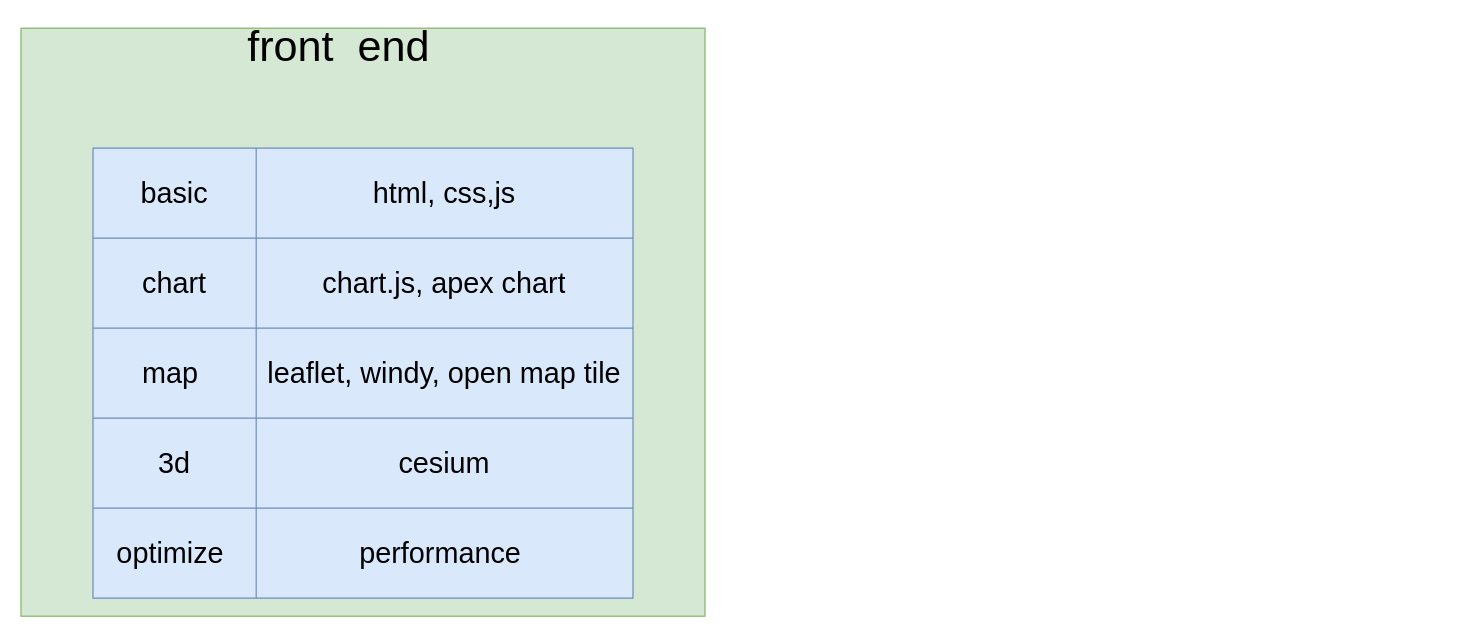
This is 未命名绘图.drawio from pengzhen80/hello_py, a draw.io file, before an edit. Source tidied: cells renumbered, new cells numbered last; positions are measured from the earlier drawing's top-left corner, leaving out a move shared by most shapes. Both pictures are drawn from the tidied source at 120%, with x=0, y=0 at pixel (20, 28).
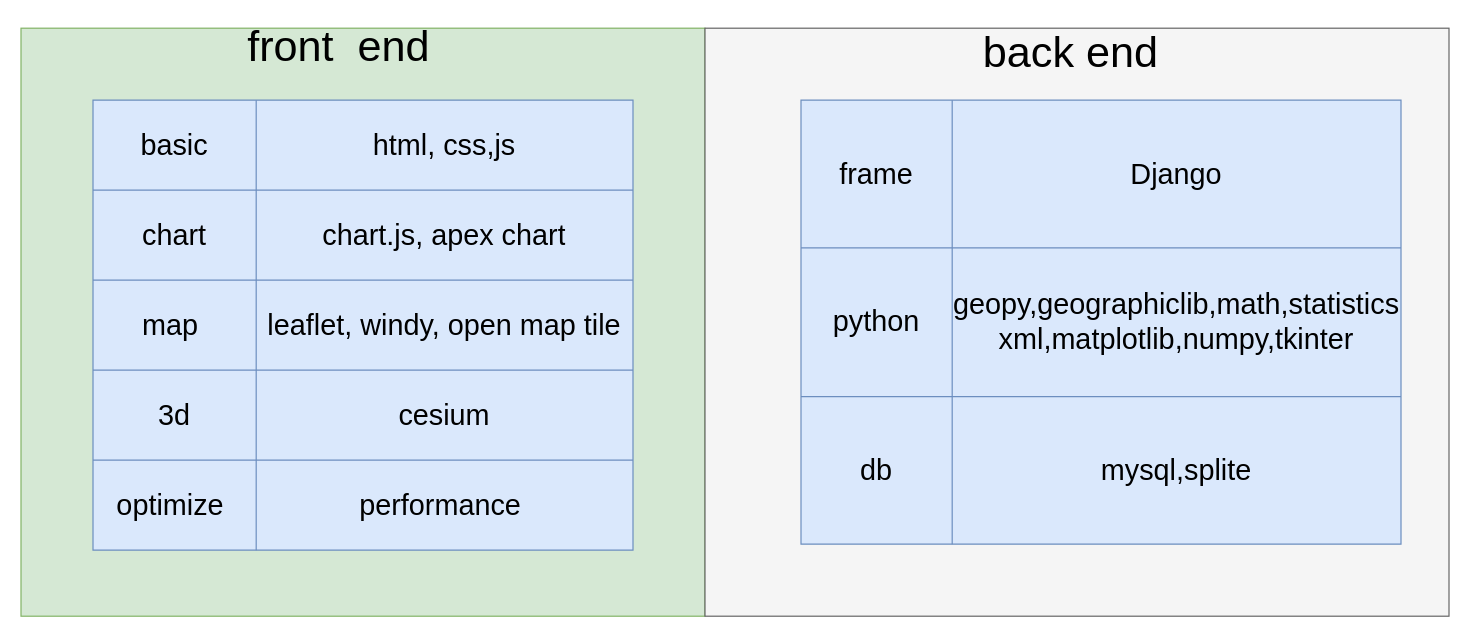
The same diagram, later.

Commit message (it also covers changes not shown here):
更新未命名绘图.drawio

Change to the diagram source:
```diff
@@
     <mxCell id="4" style="shape=table;startSize=0;childLayout=tableLayout;fontSize=24;fillColor=#dae8fc;strokeColor=#6c8ebf;" parent="1" vertex="1">
-      <mxGeometry x="60" y="100" width="450" height="375" as="geometry" />
+      <mxGeometry x="60" y="60" width="450" height="375" as="geometry" />
     </mxCell>
@@
+    <mxCell id="20" style="rounded=0;whiteSpace=wrap;html=1;fontFamily=Helvetica;fontSize=24;fillColor=#f5f5f5;strokeColor=#666666;fontColor=#333333;" parent="1" vertex="1">
+      <mxGeometry x="570" width="620" height="490" as="geometry" />
+    </mxCell>
+    <mxCell id="21" value="&lt;font style=&quot;font-size: 36px;&quot;&gt;back end&lt;/font&gt;" style="text;html=1;strokeColor=none;fillColor=none;align=center;verticalAlign=middle;whiteSpace=wrap;rounded=0;fontFamily=Helvetica;fontSize=24;" parent="1" vertex="1">
+      <mxGeometry x="760" width="230" height="40" as="geometry" />
+    </mxCell>
+    <mxCell id="22" style="shape=table;startSize=0;childLayout=tableLayout;fontFamily=Helvetica;fontSize=24;fillColor=#dae8fc;strokeColor=#6c8ebf;" parent="1" vertex="1">
+      <mxGeometry x="650" y="60" width="500" height="370" as="geometry" />
+    </mxCell>
+    <mxCell id="23" style="shape=tableRow;horizontal=0;startSize=0;swimlaneHead=0;swimlaneBody=0;top=0;left=0;bottom=0;right=0;fillColor=none;fontFamily=Helvetica;fontSize=24;" parent="22" vertex="1">
+      <mxGeometry width="500" height="123" as="geometry" />
+    </mxCell>
+    <mxCell id="24" value="frame" style="shape=partialRectangle;html=1;whiteSpace=wrap;overflow=hidden;fillColor=none;top=0;left=0;bottom=0;right=0;fontFamily=Helvetica;fontSize=24;" parent="23" vertex="1">
+      <mxGeometry width="126" height="123" as="geometry" />
+    </mxCell>
+    <mxCell id="25" value="Django" style="shape=partialRectangle;html=1;whiteSpace=wrap;overflow=hidden;fillColor=none;top=0;left=0;bottom=0;right=0;fontFamily=Helvetica;fontSize=24;" parent="23" vertex="1">
+      <mxGeometry x="126" width="374" height="123" as="geometry" />
+    </mxCell>
+    <mxCell id="26" style="shape=tableRow;horizontal=0;startSize=0;swimlaneHead=0;swimlaneBody=0;top=0;left=0;bottom=0;right=0;fillColor=none;fontFamily=Helvetica;fontSize=24;" parent="22" vertex="1">
+      <mxGeometry y="123" width="500" height="124" as="geometry" />
+    </mxCell>
+    <mxCell id="27" value="python" style="shape=partialRectangle;html=1;whiteSpace=wrap;overflow=hidden;fillColor=none;top=0;left=0;bottom=0;right=0;fontFamily=Helvetica;fontSize=24;" parent="26" vertex="1">
+      <mxGeometry width="126" height="124" as="geometry" />
+    </mxCell>
+    <mxCell id="28" value="geopy,geographiclib,math,statistics&lt;br&gt;xml,matplotlib,numpy,tkinter" style="shape=partialRectangle;html=1;whiteSpace=wrap;overflow=hidden;fillColor=none;top=0;left=0;bottom=0;right=0;fontFamily=Helvetica;fontSize=24;" parent="26" vertex="1">
+      <mxGeometry x="126" width="374" height="124" as="geometry" />
+    </mxCell>
+    <mxCell id="29" style="shape=tableRow;horizontal=0;startSize=0;swimlaneHead=0;swimlaneBody=0;top=0;left=0;bottom=0;right=0;fillColor=none;fontFamily=Helvetica;fontSize=24;" parent="22" vertex="1">
+      <mxGeometry y="247" width="500" height="123" as="geometry" />
+    </mxCell>
+    <mxCell id="30" value="db" style="shape=partialRectangle;html=1;whiteSpace=wrap;overflow=hidden;fillColor=none;top=0;left=0;bottom=0;right=0;fontFamily=Helvetica;fontSize=24;" parent="29" vertex="1">
+      <mxGeometry width="126" height="123" as="geometry" />
+    </mxCell>
+    <mxCell id="31" value="mysql,splite" style="shape=partialRectangle;html=1;whiteSpace=wrap;overflow=hidden;fillColor=none;top=0;left=0;bottom=0;right=0;fontFamily=Helvetica;fontSize=24;" parent="29" vertex="1">
+      <mxGeometry x="126" width="374" height="123" as="geometry" />
+    </mxCell>
```
